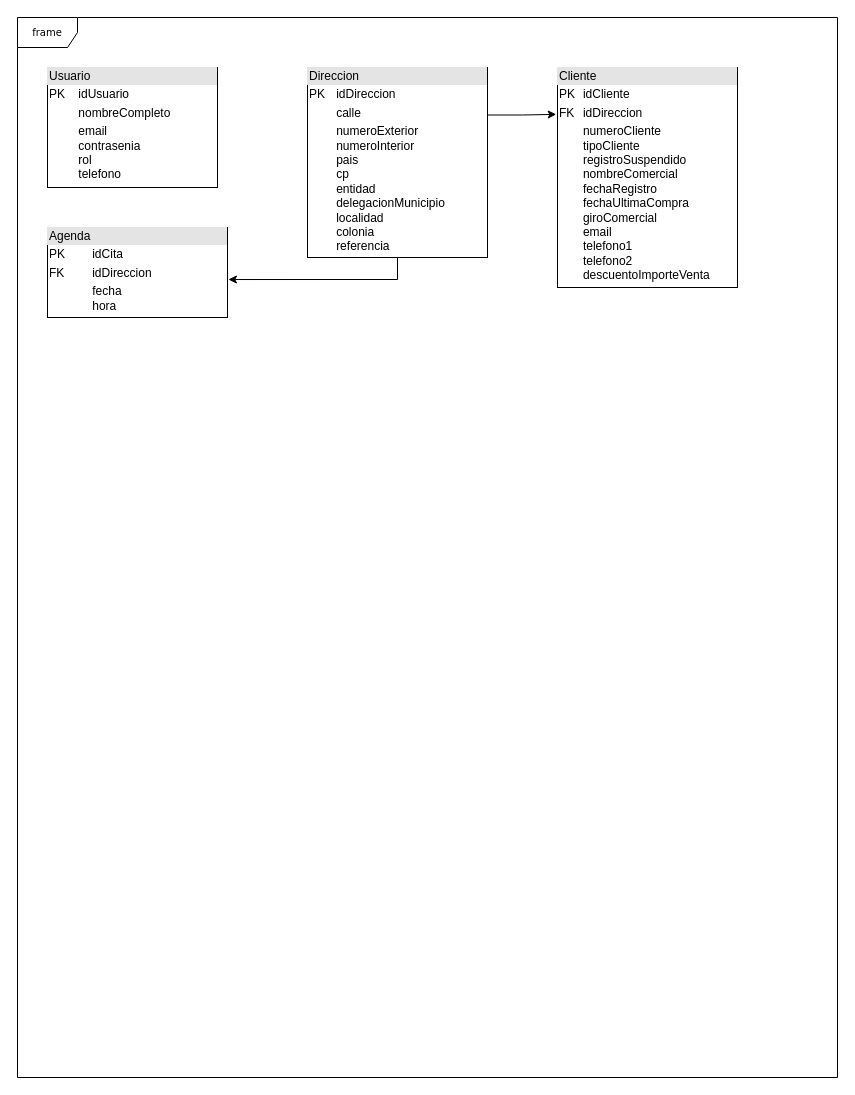
Above: UML-Clientes.drawio in agustin-ollin/Doc-PROMEZ (draw.io), before the change. Source tidied: cells renumbered, new cells numbered last; positions are measured from the earlier drawing's top-left corner, leaving out a move shared by most shapes. Both pictures are drawn from the tidied source at 100%, with x=0, y=0 at pixel (17, 17).
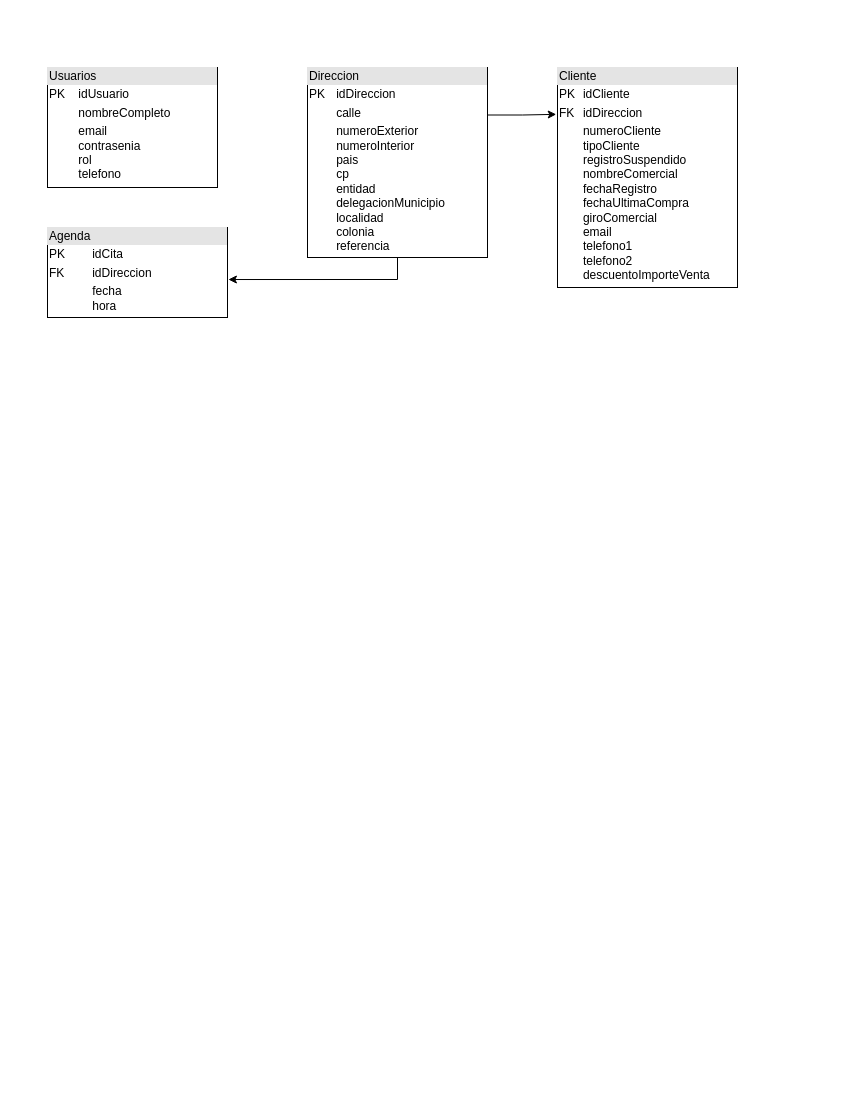
The same page after the edit.

What changed in the source:
```diff
@@
 <mxGraphModel>
   <root>
     <mxCell id="0" />
     <mxCell id="1" parent="0" />
-    <mxCell id="2" value="frame" style="shape=umlFrame;whiteSpace=wrap;html=1;rounded=0;shadow=0;comic=0;labelBackgroundColor=none;strokeWidth=1;fontFamily=Verdana;fontSize=10;align=center;" parent="1" vertex="1">
-      <mxGeometry width="820" height="1060" as="geometry" />
-    </mxCell>
-    <mxCell id="3" value="&lt;div style=&quot;box-sizing:border-box;width:100%;background:#e4e4e4;padding:2px;&quot;&gt;Usuario&lt;/div&gt;&lt;table style=&quot;width:100%;font-size:1em;&quot; cellpadding=&quot;2&quot; cellspacing=&quot;0&quot;&gt;&lt;tbody&gt;&lt;tr&gt;&lt;td&gt;PK&lt;/td&gt;&lt;td&gt;idUsuario&lt;/td&gt;&lt;/tr&gt;&lt;tr&gt;&lt;td&gt;&lt;br&gt;&lt;/td&gt;&lt;td&gt;nombreCompleto&lt;/td&gt;&lt;/tr&gt;&lt;tr&gt;&lt;td&gt;&lt;/td&gt;&lt;td&gt;email&lt;br&gt;contrasenia&lt;br&gt;rol&lt;br&gt;telefono&lt;/td&gt;&lt;/tr&gt;&lt;/tbody&gt;&lt;/table&gt;" style="verticalAlign=top;align=left;overflow=fill;html=1;whiteSpace=wrap;" parent="1" vertex="1">
-      <mxGeometry x="30" y="50" width="170" height="120" as="geometry" />
-    </mxCell>
+    <mxCell id="9" value="&lt;div style=&quot;box-sizing:border-box;width:100%;background:#e4e4e4;padding:2px;&quot;&gt;Usuarios&lt;/div&gt;&lt;table style=&quot;width:100%;font-size:1em;&quot; cellpadding=&quot;2&quot; cellspacing=&quot;0&quot;&gt;&lt;tbody&gt;&lt;tr&gt;&lt;td&gt;PK&lt;/td&gt;&lt;td&gt;idUsuario&lt;/td&gt;&lt;/tr&gt;&lt;tr&gt;&lt;td&gt;&lt;br&gt;&lt;/td&gt;&lt;td&gt;nombreCompleto&lt;/td&gt;&lt;/tr&gt;&lt;tr&gt;&lt;td&gt;&lt;/td&gt;&lt;td&gt;email&lt;br&gt;contrasenia&lt;br&gt;rol&lt;br&gt;telefono&lt;/td&gt;&lt;/tr&gt;&lt;/tbody&gt;&lt;/table&gt;" style="verticalAlign=top;align=left;overflow=fill;html=1;whiteSpace=wrap;" parent="1" vertex="1">
+      <mxGeometry x="30" y="50" width="170" height="120" as="geometry" />
+    </mxCell>
     <mxCell id="4" style="edgeStyle=orthogonalEdgeStyle;rounded=0;jettySize=auto;html=1;exitX=1;exitY=0.25;exitDx=0;exitDy=0;entryX=-0.007;entryY=0.213;entryDx=0;entryDy=0;entryPerimeter=0;" parent="1" edge="1" source="6" target="8">
       <mxGeometry relative="1" as="geometry" />
     </mxCell>
     <mxCell id="5" style="edgeStyle=orthogonalEdgeStyle;rounded=0;jettySize=auto;html=1;exitX=0.5;exitY=1;exitDx=0;exitDy=0;entryX=1.005;entryY=0.578;entryDx=0;entryDy=0;entryPerimeter=0;" parent="1" edge="1" source="6" target="7">
       <mxGeometry relative="1" as="geometry" />
     </mxCell>
     <mxCell id="6" value="&lt;div style=&quot;box-sizing:border-box;width:100%;background:#e4e4e4;padding:2px;&quot;&gt;Direccion&lt;/div&gt;&lt;table style=&quot;width:100%;font-size:1em;&quot; cellpadding=&quot;2&quot; cellspacing=&quot;0&quot;&gt;&lt;tbody&gt;&lt;tr&gt;&lt;td&gt;PK&lt;/td&gt;&lt;td&gt;idDireccion&lt;/td&gt;&lt;/tr&gt;&lt;tr&gt;&lt;td&gt;&lt;br&gt;&lt;/td&gt;&lt;td&gt;calle&lt;/td&gt;&lt;/tr&gt;&lt;tr&gt;&lt;td&gt;&lt;/td&gt;&lt;td&gt;numeroExterior&lt;br&gt;numeroInterior&lt;br&gt;pais&lt;br&gt;cp&lt;br&gt;entidad&lt;br&gt;delegacionMunicipio&lt;br&gt;localidad&lt;br&gt;colonia&lt;br&gt;referencia&lt;/td&gt;&lt;/tr&gt;&lt;/tbody&gt;&lt;/table&gt;" style="verticalAlign=top;align=left;overflow=fill;html=1;whiteSpace=wrap;" parent="1" vertex="1">
       <mxGeometry x="290" y="50" width="180" height="190" as="geometry" />
     </mxCell>
     <mxCell id="7" value="&lt;div style=&quot;box-sizing:border-box;width:100%;background:#e4e4e4;padding:2px;&quot;&gt;Agenda&lt;/div&gt;&lt;table style=&quot;width:100%;font-size:1em;&quot; cellpadding=&quot;2&quot; cellspacing=&quot;0&quot;&gt;&lt;tbody&gt;&lt;tr&gt;&lt;td&gt;PK&lt;/td&gt;&lt;td&gt;idCita&lt;/td&gt;&lt;/tr&gt;&lt;tr&gt;&lt;td&gt;FK&lt;/td&gt;&lt;td&gt;idDireccion&lt;/td&gt;&lt;/tr&gt;&lt;tr&gt;&lt;td&gt;&lt;/td&gt;&lt;td&gt;fecha&lt;br&gt;hora&lt;br&gt;&lt;/td&gt;&lt;/tr&gt;&lt;/tbody&gt;&lt;/table&gt;" style="verticalAlign=top;align=left;overflow=fill;html=1;whiteSpace=wrap;" parent="1" vertex="1">
       <mxGeometry x="30" y="210" width="180" height="90" as="geometry" />
     </mxCell>
     <mxCell id="8" value="&lt;div style=&quot;box-sizing:border-box;width:100%;background:#e4e4e4;padding:2px;&quot;&gt;Cliente&lt;/div&gt;&lt;table style=&quot;width:100%;font-size:1em;&quot; cellpadding=&quot;2&quot; cellspacing=&quot;0&quot;&gt;&lt;tbody&gt;&lt;tr&gt;&lt;td&gt;PK&lt;/td&gt;&lt;td&gt;idCliente&lt;/td&gt;&lt;/tr&gt;&lt;tr&gt;&lt;td&gt;FK&lt;/td&gt;&lt;td&gt;idDireccion&lt;/td&gt;&lt;/tr&gt;&lt;tr&gt;&lt;td&gt;&lt;/td&gt;&lt;td&gt;numeroCliente&lt;br&gt;tipoCliente&lt;br style=&quot;border-color: var(--border-color);&quot;&gt;registroSuspendido&lt;br style=&quot;border-color: var(--border-color);&quot;&gt;nombreComercial&lt;br style=&quot;border-color: var(--border-color);&quot;&gt;fechaRegistro&lt;br style=&quot;border-color: var(--border-color);&quot;&gt;fechaUltimaCompra&lt;br style=&quot;border-color: var(--border-color);&quot;&gt;giroComercial&lt;br style=&quot;border-color: var(--border-color);&quot;&gt;email&lt;br style=&quot;border-color: var(--border-color);&quot;&gt;telefono1&lt;br style=&quot;border-color: var(--border-color);&quot;&gt;telefono2&lt;br style=&quot;border-color: var(--border-color);&quot;&gt;descuentoImporteVenta&lt;br&gt;&lt;/td&gt;&lt;/tr&gt;&lt;/tbody&gt;&lt;/table&gt;" style="verticalAlign=top;align=left;overflow=fill;html=1;whiteSpace=wrap;" parent="1" vertex="1">
       <mxGeometry x="540" y="50" width="180" height="220" as="geometry" />
     </mxCell>
   </root>
 </mxGraphModel>
```
